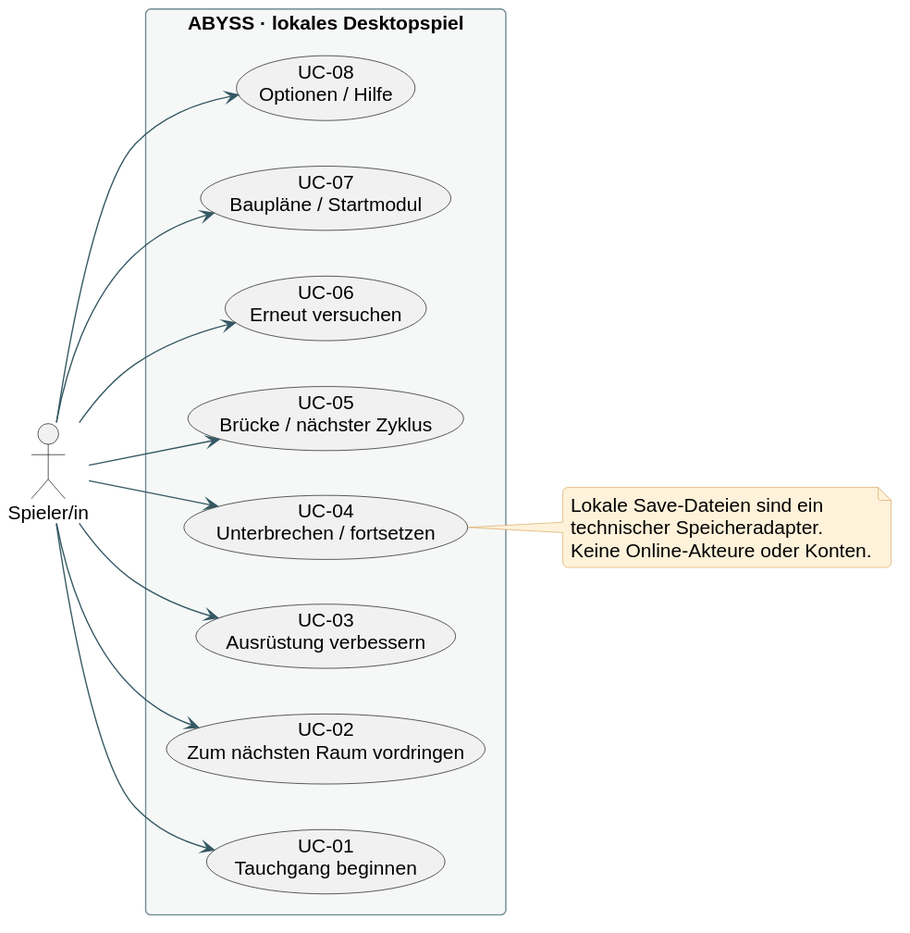
The PlantUML diagram docs/diagrams/01-use-cases.svg in bassdav2/abyss, before a commit.
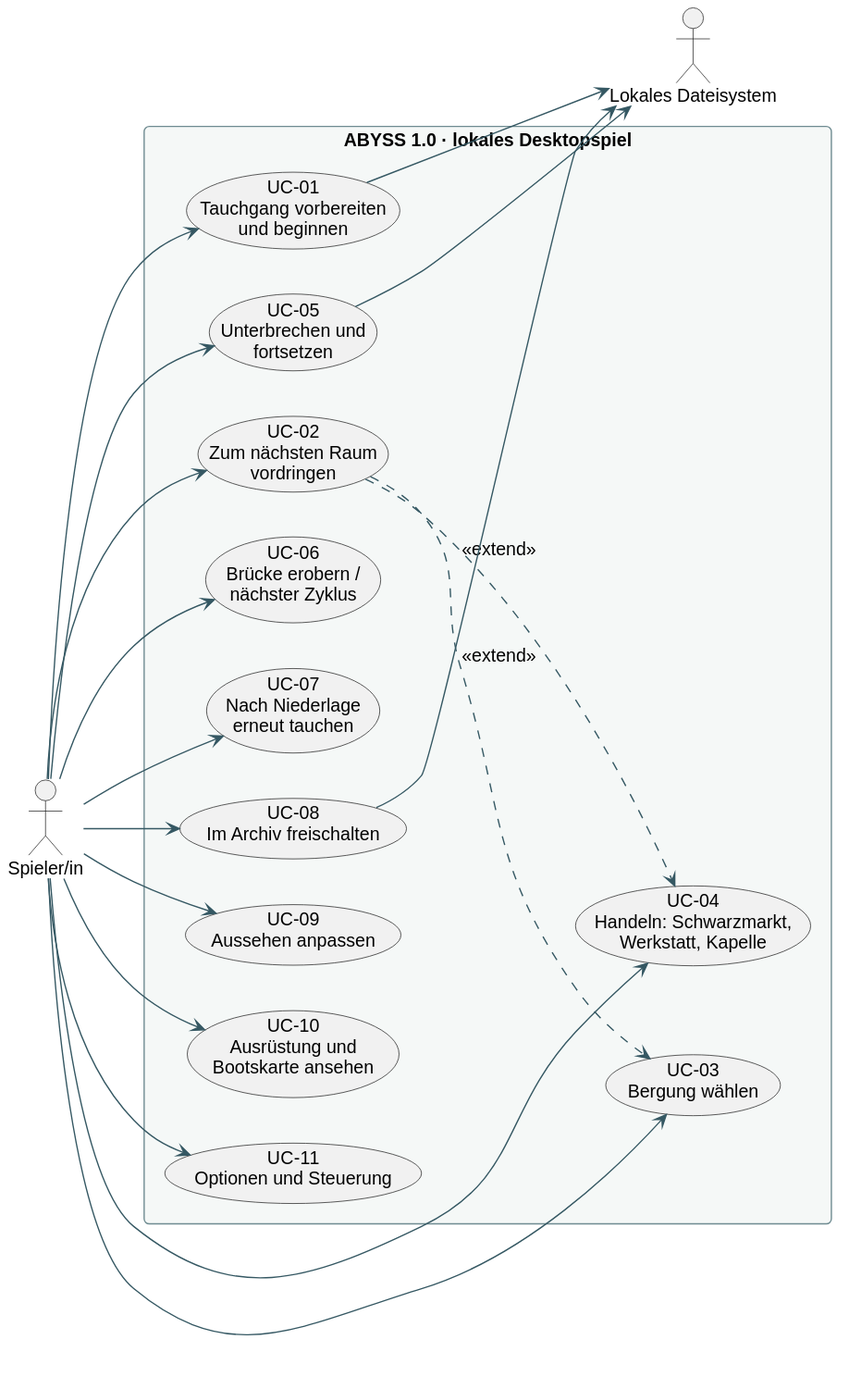
Later version of the same file.

Diff of the diagram source:
```diff
@@ -1,7 +1,7 @@
 @startuml
 skinparam backgroundColor #FFFFFF
 skinparam defaultFontName Arial
-skinparam defaultFontSize 15
+skinparam defaultFontSize 14
 skinparam shadowing false
 skinparam roundcorner 8
 skinparam ArrowColor #355863
@@ -14,30 +14,39 @@
 skinparam noteBorderColor #D8AA64
 skinparam packageBackgroundColor #F5F8F7
 skinparam packageBorderColor #6E8B91
+skinparam stateBackgroundColor #EAF3F2
+skinparam stateBorderColor #355863
 hide empty members
 left to right direction
 actor "Spieler/in" as Player
-rectangle "ABYSS · lokales Desktopspiel" {
- usecase "UC-01\nTauchgang beginnen" as Start
- usecase "UC-02\nZum nächsten Raum vordringen" as Progress
- usecase "UC-03\nAusrüstung verbessern" as Upgrade
- usecase "UC-04\nUnterbrechen / fortsetzen" as Resume
- usecase "UC-05\nBrücke / nächster Zyklus" as Win
- usecase "UC-06\nErneut versuchen" as Retry
- usecase "UC-07\nBaupläne / Startmodul" as Blueprint
- usecase "UC-08\nOptionen / Hilfe" as Options
+rectangle "ABYSS 1.0 · lokales Desktopspiel" {
+ usecase "UC-01\nTauchgang vorbereiten\nund beginnen" as Start
+ usecase "UC-02\nZum nächsten Raum\nvordringen" as Progress
+ usecase "UC-03\nBergung wählen" as Reward
+ usecase "UC-04\nHandeln: Schwarzmarkt,\nWerkstatt, Kapelle" as Trade
+ usecase "UC-05\nUnterbrechen und\nfortsetzen" as Resume
+ usecase "UC-06\nBrücke erobern /\nnächster Zyklus" as Win
+ usecase "UC-07\nNach Niederlage\nerneut tauchen" as Retry
+ usecase "UC-08\nIm Archiv freischalten" as Archive
+ usecase "UC-09\nAussehen anpassen" as Wardrobe
+ usecase "UC-10\nAusrüstung und\nBootskarte ansehen" as Inventory
+ usecase "UC-11\nOptionen und Steuerung" as Options
 }
+actor "Lokales Dateisystem" as Disk
 Player --> Start
 Player --> Progress
-Player --> Upgrade
+Player --> Reward
+Player --> Trade
 Player --> Resume
 Player --> Win
 Player --> Retry
-Player --> Blueprint
+Player --> Archive
+Player --> Wardrobe
+Player --> Inventory
 Player --> Options
-note right of Resume
-Lokale Save-Dateien sind ein
-technischer Speicheradapter.
-Keine Online-Akteure oder Konten.
-end note
+Progress ..> Reward : <<extend>>
+Progress ..> Trade : <<extend>>
+Start --> Disk
+Resume --> Disk
+Archive --> Disk
 @enduml
```
